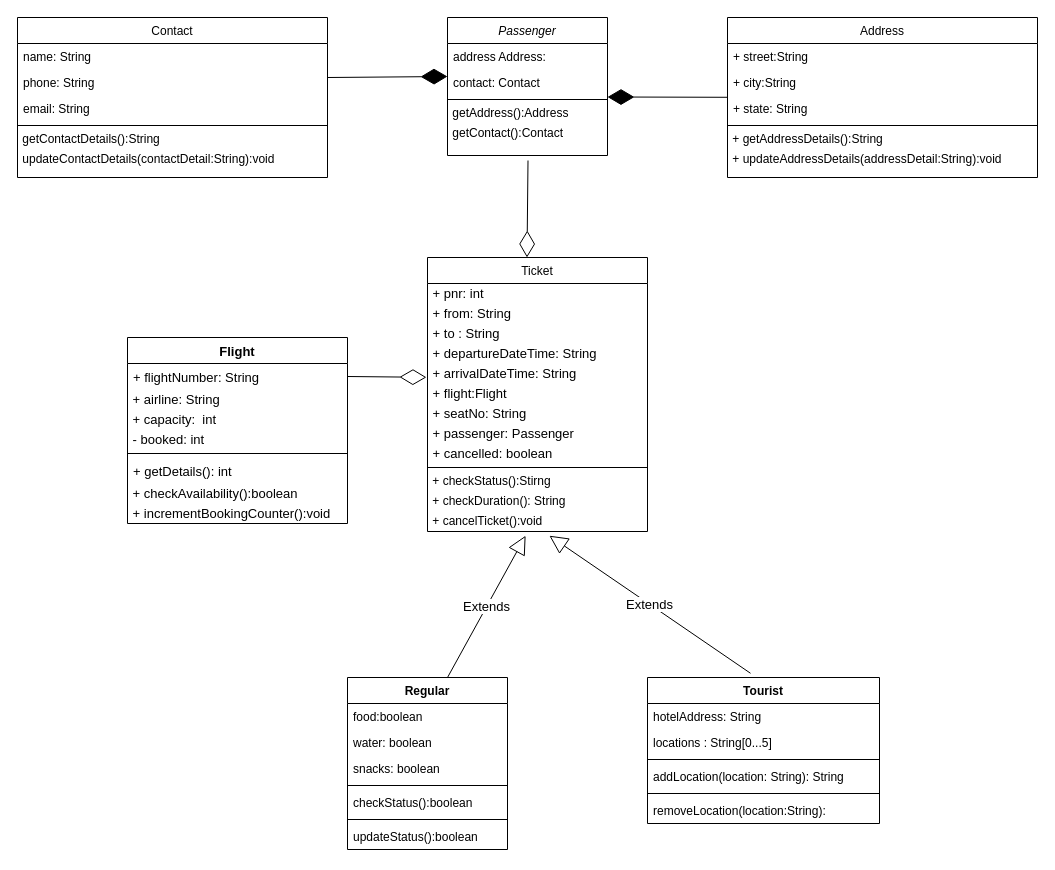
akumar1997/FlightReservationSystemProject keeps this draw.io diagram as FlightReservation DRAWIO.drawio. Above is the earlier version. Source tidied: cells renumbered, new cells numbered last; positions are measured from the earlier drawing's top-left corner, leaving out a move shared by most shapes. Both pictures are drawn from the tidied source at 100%, with x=0, y=0 at pixel (17, 17).
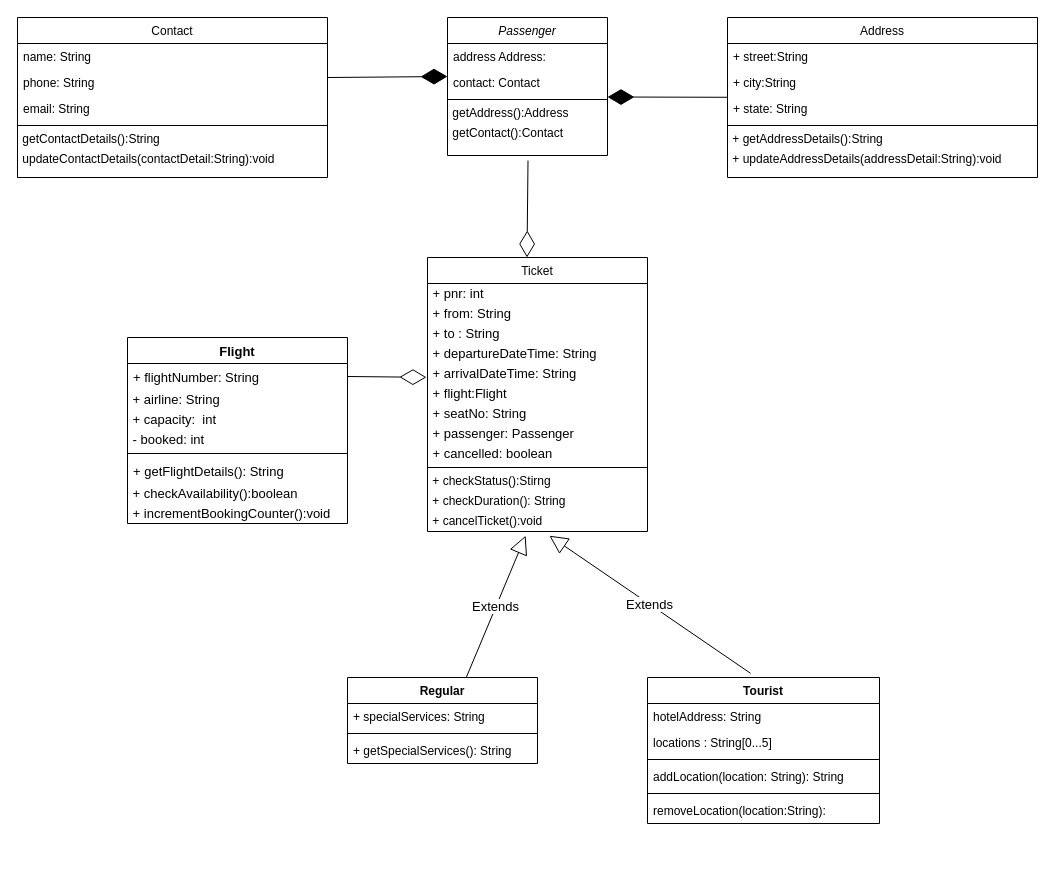
The same diagram, later.

Unchanged cells that the change refers to:
```xml
<mxCell id="53" value="Flight" style="swimlane;fontStyle=1;align=center;verticalAlign=top;horizontal=1;startSize=26;fontSize=13;" parent="1" vertex="1">
  <mxGeometry x="110" y="320" width="220" height="186" as="geometry" />
</mxCell>
```

What changed in the source:
```diff
@@
     <mxCell id="36" value="Regular" style="swimlane;fontStyle=1;align=center;verticalAlign=top;horizontal=1;startSize=26;" parent="1" vertex="1">
-      <mxGeometry x="330" y="660" width="160" height="172" as="geometry" />
+      <mxGeometry x="330" y="660" width="190" height="86" as="geometry" />
     </mxCell>
-    <mxCell id="37" value="food:boolean" style="text;strokeColor=none;fillColor=none;align=left;verticalAlign=top;spacingLeft=4;spacingRight=4;overflow=hidden;" parent="36" vertex="1">
-      <mxGeometry y="26" width="160" height="26" as="geometry" />
-    </mxCell>
-    <mxCell id="38" value="water: boolean" style="text;strokeColor=none;fillColor=none;align=left;verticalAlign=top;spacingLeft=4;spacingRight=4;overflow=hidden;" parent="36" vertex="1">
-      <mxGeometry y="52" width="160" height="26" as="geometry" />
-    </mxCell>
-    <mxCell id="39" value="snacks: boolean" style="text;strokeColor=none;fillColor=none;align=left;verticalAlign=top;spacingLeft=4;spacingRight=4;overflow=hidden;" parent="36" vertex="1">
-      <mxGeometry y="78" width="160" height="26" as="geometry" />
+    <mxCell id="39" value="+ specialServices: String" style="text;strokeColor=none;fillColor=none;align=left;verticalAlign=top;spacingLeft=4;spacingRight=4;overflow=hidden;" parent="36" vertex="1">
+      <mxGeometry y="26" width="190" height="26" as="geometry" />
     </mxCell>
     <mxCell id="40" style="line;strokeWidth=1;fillColor=none;align=left;verticalAlign=middle;spacingTop=-1;spacingLeft=3;spacingRight=3;labelPosition=right;" parent="36" vertex="1">
-      <mxGeometry y="104" width="160" height="8" as="geometry" />
+      <mxGeometry y="52" width="190" height="8" as="geometry" />
     </mxCell>
-    <mxCell id="41" value="checkStatus():boolean" style="text;strokeColor=none;fillColor=none;align=left;verticalAlign=top;spacingLeft=4;spacingRight=4;overflow=hidden;" parent="36" vertex="1">
-      <mxGeometry y="112" width="160" height="26" as="geometry" />
+    <mxCell id="41" value="+ getSpecialServices(): String" style="text;strokeColor=none;fillColor=none;align=left;verticalAlign=top;spacingLeft=4;spacingRight=4;overflow=hidden;" parent="36" vertex="1">
+      <mxGeometry y="60" width="190" height="26" as="geometry" />
     </mxCell>
-    <mxCell id="42" style="line;strokeWidth=1;fillColor=none;align=left;verticalAlign=middle;spacingTop=-1;spacingLeft=3;spacingRight=3;labelPosition=right;" parent="36" vertex="1">
-      <mxGeometry y="138" width="160" height="8" as="geometry" />
-    </mxCell>
-    <mxCell id="43" value="updateStatus():boolean" style="text;strokeColor=none;fillColor=none;align=left;verticalAlign=top;spacingLeft=4;spacingRight=4;overflow=hidden;" parent="36" vertex="1">
-      <mxGeometry y="146" width="160" height="26" as="geometry" />
-    </mxCell>
@@
-    <mxCell id="59" value="+ getDetails(): int" style="text;strokeColor=none;fillColor=none;align=left;verticalAlign=top;spacingLeft=4;spacingRight=4;overflow=hidden;fontSize=13;" parent="53" vertex="1">
+    <mxCell id="59" value="+ getFlightDetails(): String" style="text;strokeColor=none;fillColor=none;align=left;verticalAlign=top;spacingLeft=4;spacingRight=4;overflow=hidden;fontSize=13;" parent="53" vertex="1">
       <mxGeometry y="120" width="220" height="26" as="geometry" />
     </mxCell>
```
